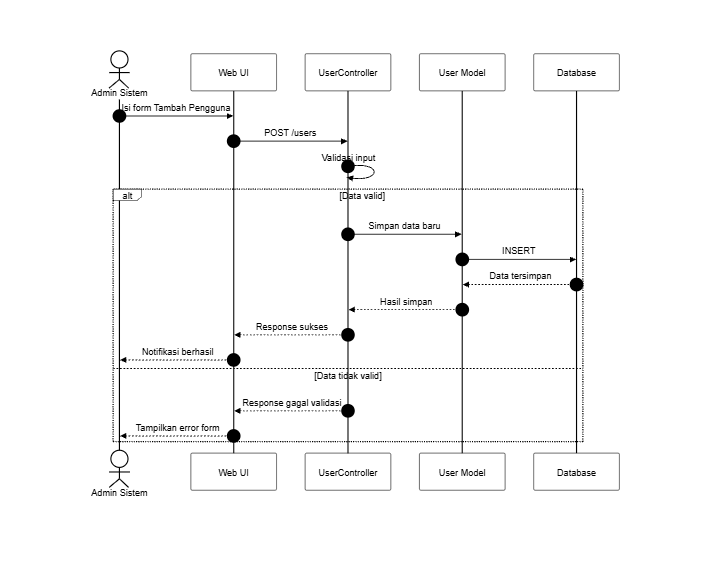
Before: docs/SequenceDiagram/PNG_Transparent/KelolaPengguna-TambahPengguna.png, a diagram exported from Mermaid (SulaimanHafi23/SimpegRSHDI). Its source is kept beside it as docs/SequenceDiagram/KelolaPengguna-TambahPengguna.mermaid. The source it was exported from:
```mermaid
%%{init: {"theme": "base", "themeVariables": {"background": "#dddddd", "primaryColor": "#ffffff", "primaryBorderColor": "#000000", "primaryTextColor": "#000000", "lineColor": "#000000", "textColor": "#000000", "actorBkg": "#ffffff", "actorBorder": "#000000", "actorTextColor": "#000000", "activationBkgColor": "#ffffff", "activationBorderColor": "#000000", "signalColor": "#000000", "signalTextColor": "#000000", "labelBoxBkgColor": "#ffffff", "labelBoxBorderColor": "#000000", "labelTextColor": "#000000", "sequenceNumberColor": "#000000", "noteBkgColor": "#ffffff", "noteBorderColor": "#000000", "noteTextColor": "#000000"}, "sequence": {"useMaxWidth": true, "wrap": true, "messageFontSize": 12, "noteFontSize": 12}}}%%
sequenceDiagram
    autonumber
    actor A as Admin Sistem
    participant UI as Web UI
    participant C as UserController
    participant M as User Model
    participant DB as Database

    A->>UI: Isi form Tambah Pengguna
    UI->>C: POST /users
    C->>C: Validasi input
    alt Data valid
        C->>M: Simpan data baru
        M->>DB: INSERT
        DB-->>M: Data tersimpan
        M-->>C: Hasil simpan
        C-->>UI: Response sukses
        UI-->>A: Notifikasi berhasil
    else Data tidak valid
        C-->>UI: Response gagal validasi
        UI-->>A: Tampilkan error form
    end
```
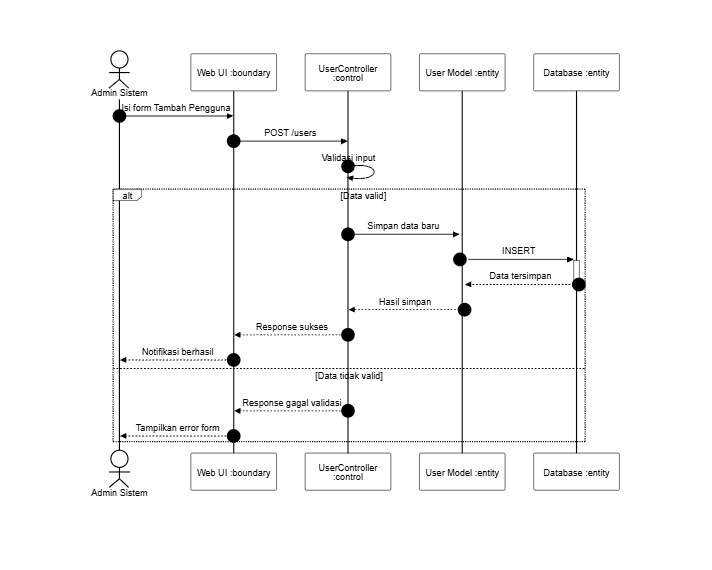
Above is the later version.

The edit, as a diff of the source:
```diff
@@ -2,18 +2,18 @@
 sequenceDiagram
     autonumber
     actor A as Admin Sistem
-    participant UI as Web UI
-    participant C as UserController
-    participant M as User Model
-    participant DB as Database
+    participant UI as Web UI :boundary
+    participant C as UserController :control
+    participant M as User Model :entity
+    participant DB as Database :entity
 
     A->>UI: Isi form Tambah Pengguna
     UI->>C: POST /users
     C->>C: Validasi input
     alt Data valid
-        C->>M: Simpan data baru
-        M->>DB: INSERT
-        DB-->>M: Data tersimpan
+        C->>+M: Simpan data baru
+        M->>+DB: INSERT
+        DB-->>-M: Data tersimpan
         M-->>C: Hasil simpan
         C-->>UI: Response sukses
         UI-->>A: Notifikasi berhasil
```
